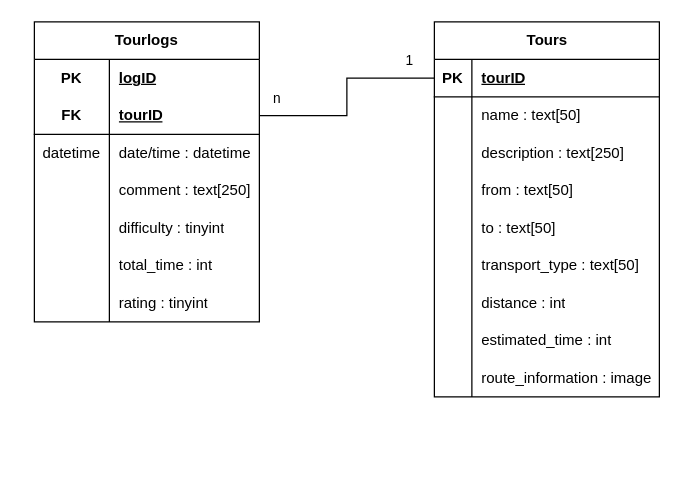
This is documentation/ER-diagram database.drawio from Highlander0815/Tourplanner, a draw.io file, before an edit. Source tidied: cells renumbered, new cells numbered last; positions are measured from the earlier drawing's top-left corner, leaving out a move shared by most shapes. Both pictures are drawn from the tidied source at 125%, with x=0, y=0 at pixel (34, 21).
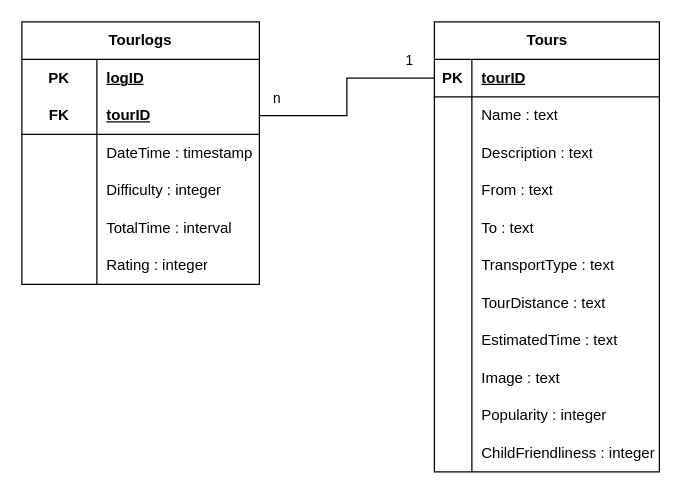
The same page after the edit.

The change refers to these unchanged cells:
```xml
<mxCell id="6" style="shape=tableRow;horizontal=0;startSize=0;swimlaneHead=0;swimlaneBody=0;fillColor=none;top=0;left=0;right=0;bottom=0;" parent="2" vertex="1">
  <mxGeometry y="60" width="180" height="30" as="geometry" />
</mxCell>
<mxCell id="9" style="shape=tableRow;horizontal=0;startSize=0;swimlaneHead=0;swimlaneBody=0;fillColor=none;top=0;left=0;right=0;bottom=0;" parent="2" vertex="1">
  <mxGeometry y="90" width="180" height="30" as="geometry" />
</mxCell>
<mxCell id="12" style="shape=tableRow;horizontal=0;startSize=0;swimlaneHead=0;swimlaneBody=0;fillColor=none;top=0;left=0;right=0;bottom=0;" parent="2" vertex="1">
  <mxGeometry y="120" width="180" height="30" as="geometry" />
</mxCell>
<mxCell id="15" style="shape=tableRow;horizontal=0;startSize=0;swimlaneHead=0;swimlaneBody=0;fillColor=none;top=0;left=0;right=0;bottom=0;" parent="2" vertex="1">
  <mxGeometry y="150" width="180" height="30" as="geometry" />
</mxCell>
<mxCell id="18" style="shape=tableRow;horizontal=0;startSize=0;swimlaneHead=0;swimlaneBody=0;fillColor=none;top=0;left=0;right=0;bottom=0;" parent="2" vertex="1">
  <mxGeometry y="180" width="180" height="30" as="geometry" />
</mxCell>
<mxCell id="21" style="shape=tableRow;horizontal=0;startSize=0;swimlaneHead=0;swimlaneBody=0;fillColor=none;top=0;left=0;right=0;bottom=0;" parent="2" vertex="1">
  <mxGeometry y="210" width="180" height="30" as="geometry" />
</mxCell>
<mxCell id="24" style="shape=tableRow;horizontal=0;startSize=0;swimlaneHead=0;swimlaneBody=0;fillColor=none;top=0;left=0;right=0;bottom=0;" parent="2" vertex="1">
  <mxGeometry y="240" width="180" height="30" as="geometry" />
</mxCell>
<mxCell id="27" style="shape=tableRow;horizontal=0;startSize=0;swimlaneHead=0;swimlaneBody=0;fillColor=none;top=0;left=0;right=0;bottom=0;" parent="2" vertex="1">
  <mxGeometry y="270" width="180" height="30" as="geometry" />
</mxCell>
```

Diff of the diagram source:
```diff
@@
     <mxCell id="2" value="Tours" style="shape=table;startSize=30;childLayout=tableLayout;rowLines=0;fontStyle=1;align=center;html=1;" parent="1" vertex="1">
-      <mxGeometry x="320" width="180" height="300" as="geometry" />
+      <mxGeometry x="320" width="180" height="360" as="geometry" />
     </mxCell>
@@
-    <mxCell id="8" value="name : text[50]" style="shape=partialRectangle;fillColor=none;top=0;left=0;bottom=0;right=0;align=left;spacingLeft=6;overflow=hidden;whiteSpace=wrap;html=1;" parent="6" vertex="1">
+    <mxCell id="8" value="Name : text" style="shape=partialRectangle;fillColor=none;top=0;left=0;bottom=0;right=0;align=left;spacingLeft=6;overflow=hidden;whiteSpace=wrap;html=1;" parent="6" vertex="1">
       <mxGeometry x="30" width="150" height="30" as="geometry" />
     </mxCell>
@@
-    <mxCell id="11" value="description : text[250]" style="shape=partialRectangle;fillColor=none;top=0;left=0;bottom=0;right=0;align=left;spacingLeft=6;overflow=hidden;whiteSpace=wrap;html=1;" parent="9" vertex="1">
+    <mxCell id="11" value="Description : text" style="shape=partialRectangle;fillColor=none;top=0;left=0;bottom=0;right=0;align=left;spacingLeft=6;overflow=hidden;whiteSpace=wrap;html=1;" parent="9" vertex="1">
       <mxGeometry x="30" width="150" height="30" as="geometry" />
     </mxCell>
@@
-    <mxCell id="14" value="from : text[50]" style="shape=partialRectangle;fillColor=none;top=0;left=0;bottom=0;right=0;align=left;spacingLeft=6;overflow=hidden;whiteSpace=wrap;html=1;" parent="12" vertex="1">
+    <mxCell id="14" value="From : text" style="shape=partialRectangle;fillColor=none;top=0;left=0;bottom=0;right=0;align=left;spacingLeft=6;overflow=hidden;whiteSpace=wrap;html=1;" parent="12" vertex="1">
       <mxGeometry x="30" width="150" height="30" as="geometry" />
     </mxCell>
@@
-    <mxCell id="17" value="to : text[50]" style="shape=partialRectangle;fillColor=none;top=0;left=0;bottom=0;right=0;align=left;spacingLeft=6;overflow=hidden;whiteSpace=wrap;html=1;" parent="15" vertex="1">
+    <mxCell id="17" value="To : text" style="shape=partialRectangle;fillColor=none;top=0;left=0;bottom=0;right=0;align=left;spacingLeft=6;overflow=hidden;whiteSpace=wrap;html=1;" parent="15" vertex="1">
       <mxGeometry x="30" width="150" height="30" as="geometry" />
     </mxCell>
@@
-    <mxCell id="20" value="transport_type : text[50]" style="shape=partialRectangle;fillColor=none;top=0;left=0;bottom=0;right=0;align=left;spacingLeft=6;overflow=hidden;whiteSpace=wrap;html=1;strokeColor=default;" parent="18" vertex="1">
+    <mxCell id="20" value="TransportType : text" style="shape=partialRectangle;fillColor=none;top=0;left=0;bottom=0;right=0;align=left;spacingLeft=6;overflow=hidden;whiteSpace=wrap;html=1;strokeColor=default;" parent="18" vertex="1">
       <mxGeometry x="30" width="150" height="30" as="geometry" />
     </mxCell>
@@
-    <mxCell id="23" value="distance : int" style="shape=partialRectangle;fillColor=none;top=0;left=0;bottom=0;right=0;align=left;spacingLeft=6;overflow=hidden;whiteSpace=wrap;html=1;" parent="21" vertex="1">
+    <mxCell id="23" value="TourDistance : text" style="shape=partialRectangle;fillColor=none;top=0;left=0;bottom=0;right=0;align=left;spacingLeft=6;overflow=hidden;whiteSpace=wrap;html=1;" parent="21" vertex="1">
       <mxGeometry x="30" width="150" height="30" as="geometry" />
     </mxCell>
@@
-    <mxCell id="26" value="estimated_time : int" style="shape=partialRectangle;fillColor=none;top=0;left=0;bottom=0;right=0;align=left;spacingLeft=6;overflow=hidden;whiteSpace=wrap;html=1;" parent="24" vertex="1">
+    <mxCell id="26" value="EstimatedTime : text" style="shape=partialRectangle;fillColor=none;top=0;left=0;bottom=0;right=0;align=left;spacingLeft=6;overflow=hidden;whiteSpace=wrap;html=1;" parent="24" vertex="1">
       <mxGeometry x="30" width="150" height="30" as="geometry" />
     </mxCell>
@@
-    <mxCell id="28" style="shape=partialRectangle;fillColor=none;top=0;left=0;bottom=0;right=0;overflow=hidden;whiteSpace=wrap;html=1;" parent="27" vertex="1">
-      <mxGeometry width="30" height="30" as="geometry" />
-    </mxCell>
-    <mxCell id="29" value="route_information : image" style="shape=partialRectangle;fillColor=none;top=0;left=0;bottom=0;right=0;align=left;spacingLeft=6;overflow=hidden;whiteSpace=wrap;html=1;" parent="27" vertex="1">
-      <mxGeometry x="30" width="150" height="30" as="geometry" />
-    </mxCell>
+    <mxCell id="58" style="shape=partialRectangle;fillColor=none;top=0;left=0;bottom=0;right=0;overflow=hidden;whiteSpace=wrap;html=1;" parent="27" vertex="1">
+      <mxGeometry width="30" height="30" as="geometry" />
+    </mxCell>
+    <mxCell id="59" value="Image : text" style="shape=partialRectangle;fillColor=none;top=0;left=0;bottom=0;right=0;align=left;spacingLeft=6;overflow=hidden;whiteSpace=wrap;html=1;" parent="27" vertex="1">
+      <mxGeometry x="30" width="150" height="30" as="geometry" />
+    </mxCell>
+    <mxCell id="60" style="shape=tableRow;horizontal=0;startSize=0;swimlaneHead=0;swimlaneBody=0;fillColor=none;top=0;left=0;right=0;bottom=0;" parent="2" vertex="1">
+      <mxGeometry y="300" width="180" height="30" as="geometry" />
+    </mxCell>
+    <mxCell id="61" style="shape=partialRectangle;fillColor=none;top=0;left=0;bottom=0;right=0;overflow=hidden;whiteSpace=wrap;html=1;" parent="60" vertex="1">
+      <mxGeometry width="30" height="30" as="geometry" />
+    </mxCell>
+    <mxCell id="62" value="Popularity : integer" style="shape=partialRectangle;fillColor=none;top=0;left=0;bottom=0;right=0;align=left;spacingLeft=6;overflow=hidden;whiteSpace=wrap;html=1;" parent="60" vertex="1">
+      <mxGeometry x="30" width="150" height="30" as="geometry" />
+    </mxCell>
+    <mxCell id="63" style="shape=tableRow;horizontal=0;startSize=0;swimlaneHead=0;swimlaneBody=0;fillColor=none;top=0;left=0;right=0;bottom=0;" parent="2" vertex="1">
+      <mxGeometry y="330" width="180" height="30" as="geometry" />
+    </mxCell>
+    <mxCell id="64" style="shape=partialRectangle;fillColor=none;top=0;left=0;bottom=0;right=0;overflow=hidden;whiteSpace=wrap;html=1;" parent="63" vertex="1">
+      <mxGeometry width="30" height="30" as="geometry" />
+    </mxCell>
+    <mxCell id="65" value="ChildFriendliness : integer" style="shape=partialRectangle;fillColor=none;top=0;left=0;bottom=0;right=0;align=left;spacingLeft=6;overflow=hidden;whiteSpace=wrap;html=1;" parent="63" vertex="1">
+      <mxGeometry x="30" width="150" height="30" as="geometry" />
+    </mxCell>
@@
     <mxCell id="36" value="Tourlogs" style="shape=table;startSize=30;childLayout=tableLayout;rowLines=0;fontStyle=1;align=center;html=1;whiteSpace=wrap;" parent="1" vertex="1">
-      <mxGeometry width="180" height="240" as="geometry" />
+      <mxGeometry x="-10" width="190" height="210" as="geometry" />
     </mxCell>
     <mxCell id="37" style="shape=tableRow;horizontal=0;startSize=0;swimlaneHead=0;swimlaneBody=0;fillColor=none;top=0;left=0;right=0;bottom=0;html=1;" parent="36" vertex="1">
-      <mxGeometry y="30" width="180" height="30" as="geometry" />
+      <mxGeometry y="30" width="190" height="30" as="geometry" />
     </mxCell>
@@
     <mxCell id="39" value="logID" style="shape=partialRectangle;fillColor=none;top=0;left=0;bottom=0;right=0;align=left;spacingLeft=6;fontStyle=5;overflow=hidden;html=1;whiteSpace=wrap;" parent="37" vertex="1">
-      <mxGeometry x="60" width="120" height="30" as="geometry" />
+      <mxGeometry x="60" width="130" height="30" as="geometry" />
     </mxCell>
     <mxCell id="40" style="shape=tableRow;horizontal=0;startSize=0;swimlaneHead=0;swimlaneBody=0;fillColor=none;points=[[0,0.5],[1,0.5]];portConstraint=eastwest;top=0;left=0;right=0;bottom=1;html=1;" parent="36" vertex="1">
-      <mxGeometry y="60" width="180" height="30" as="geometry" />
+      <mxGeometry y="60" width="190" height="30" as="geometry" />
     </mxCell>
@@
     <mxCell id="42" value="tourID" style="shape=partialRectangle;fillColor=none;top=0;left=0;bottom=0;right=0;align=left;spacingLeft=6;fontStyle=5;overflow=hidden;html=1;whiteSpace=wrap;" parent="40" vertex="1">
-      <mxGeometry x="60" width="120" height="30" as="geometry" />
+      <mxGeometry x="60" width="130" height="30" as="geometry" />
     </mxCell>
     <mxCell id="43" style="shape=tableRow;horizontal=0;startSize=0;swimlaneHead=0;swimlaneBody=0;fillColor=none;top=0;left=0;right=0;bottom=0;html=1;" parent="36" vertex="1">
-      <mxGeometry y="90" width="180" height="30" as="geometry" />
+      <mxGeometry y="90" width="190" height="30" as="geometry" />
     </mxCell>
-    <mxCell id="44" value="datetime" style="shape=partialRectangle;fillColor=none;top=0;left=0;bottom=0;right=0;overflow=hidden;html=1;whiteSpace=wrap;" parent="43" vertex="1">
+    <mxCell id="44" style="shape=partialRectangle;fillColor=none;top=0;left=0;bottom=0;right=0;overflow=hidden;html=1;whiteSpace=wrap;" parent="43" vertex="1">
       <mxGeometry width="60" height="30" as="geometry" />
     </mxCell>
-    <mxCell id="45" value="date/time : datetime" style="shape=partialRectangle;fillColor=none;top=0;left=0;bottom=0;right=0;align=left;spacingLeft=6;overflow=hidden;html=1;whiteSpace=wrap;" parent="43" vertex="1">
-      <mxGeometry x="60" width="120" height="30" as="geometry" />
+    <mxCell id="45" value="DateTime : timestamp" style="shape=partialRectangle;fillColor=none;top=0;left=0;bottom=0;right=0;align=left;spacingLeft=6;overflow=hidden;html=1;whiteSpace=wrap;" parent="43" vertex="1">
+      <mxGeometry x="60" width="130" height="30" as="geometry" />
     </mxCell>
     <mxCell id="46" style="shape=tableRow;horizontal=0;startSize=0;swimlaneHead=0;swimlaneBody=0;fillColor=none;top=0;left=0;right=0;bottom=0;html=1;" parent="36" vertex="1">
-      <mxGeometry y="120" width="180" height="30" as="geometry" />
+      <mxGeometry y="120" width="190" height="30" as="geometry" />
     </mxCell>
@@
-    <mxCell id="48" value="comment : text[250]" style="shape=partialRectangle;fillColor=none;top=0;left=0;bottom=0;right=0;align=left;spacingLeft=6;overflow=hidden;html=1;whiteSpace=wrap;" parent="46" vertex="1">
-      <mxGeometry x="60" width="120" height="30" as="geometry" />
+    <mxCell id="48" value="Difficulty : integer" style="shape=partialRectangle;fillColor=none;top=0;left=0;bottom=0;right=0;align=left;spacingLeft=6;overflow=hidden;html=1;whiteSpace=wrap;" parent="46" vertex="1">
+      <mxGeometry x="60" width="130" height="30" as="geometry" />
     </mxCell>
     <mxCell id="49" style="shape=tableRow;horizontal=0;startSize=0;swimlaneHead=0;swimlaneBody=0;fillColor=none;top=0;left=0;right=0;bottom=0;html=1;" parent="36" vertex="1">
-      <mxGeometry y="150" width="180" height="30" as="geometry" />
+      <mxGeometry y="150" width="190" height="30" as="geometry" />
     </mxCell>
@@
-    <mxCell id="51" value="difficulty : tinyint" style="shape=partialRectangle;fillColor=none;top=0;left=0;bottom=0;right=0;align=left;spacingLeft=6;overflow=hidden;html=1;whiteSpace=wrap;" parent="49" vertex="1">
-      <mxGeometry x="60" width="120" height="30" as="geometry" />
+    <mxCell id="51" value="TotalTime : interval" style="shape=partialRectangle;fillColor=none;top=0;left=0;bottom=0;right=0;align=left;spacingLeft=6;overflow=hidden;html=1;whiteSpace=wrap;" parent="49" vertex="1">
+      <mxGeometry x="60" width="130" height="30" as="geometry" />
     </mxCell>
     <mxCell id="52" style="shape=tableRow;horizontal=0;startSize=0;swimlaneHead=0;swimlaneBody=0;fillColor=none;top=0;left=0;right=0;bottom=0;html=1;" parent="36" vertex="1">
-      <mxGeometry y="180" width="180" height="30" as="geometry" />
+      <mxGeometry y="180" width="190" height="30" as="geometry" />
     </mxCell>
@@
-    <mxCell id="54" value="total_time : int" style="shape=partialRectangle;fillColor=none;top=0;left=0;bottom=0;right=0;align=left;spacingLeft=6;overflow=hidden;html=1;whiteSpace=wrap;" parent="52" vertex="1">
-      <mxGeometry x="60" width="120" height="30" as="geometry" />
+    <mxCell id="54" value="Rating : integer" style="shape=partialRectangle;fillColor=none;top=0;left=0;bottom=0;right=0;align=left;spacingLeft=6;overflow=hidden;html=1;whiteSpace=wrap;" parent="52" vertex="1">
+      <mxGeometry x="60" width="130" height="30" as="geometry" />
     </mxCell>
-    <mxCell id="55" style="shape=tableRow;horizontal=0;startSize=0;swimlaneHead=0;swimlaneBody=0;fillColor=none;top=0;left=0;right=0;bottom=0;html=1;" parent="36" vertex="1">
-      <mxGeometry y="210" width="180" height="30" as="geometry" />
-    </mxCell>
-    <mxCell id="56" style="shape=partialRectangle;fillColor=none;top=0;left=0;bottom=0;right=0;overflow=hidden;html=1;whiteSpace=wrap;" parent="55" vertex="1">
-      <mxGeometry width="60" height="30" as="geometry" />
-    </mxCell>
-    <mxCell id="57" value="rating : tinyint" style="shape=partialRectangle;fillColor=none;top=0;left=0;bottom=0;right=0;align=left;spacingLeft=6;overflow=hidden;html=1;whiteSpace=wrap;" parent="55" vertex="1">
-      <mxGeometry x="60" width="120" height="30" as="geometry" />
-    </mxCell>
```
